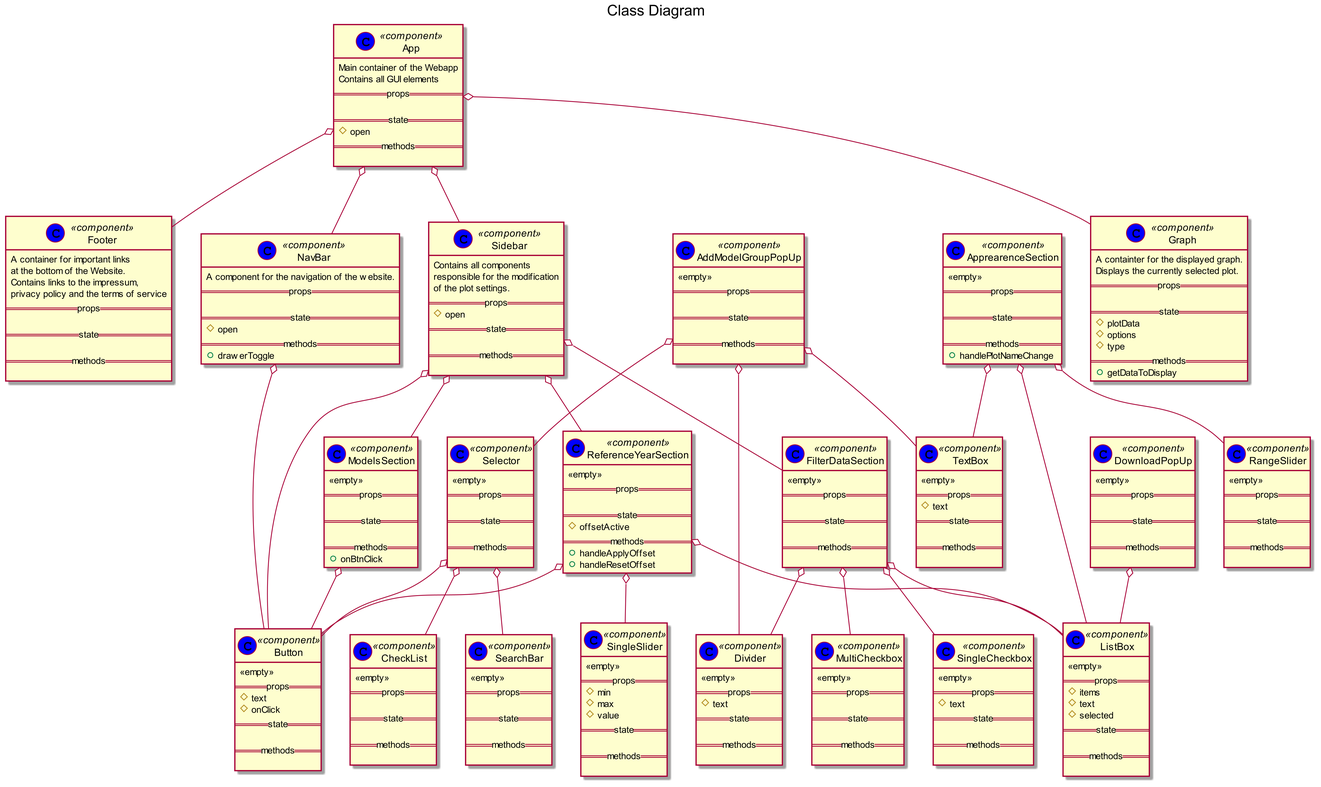
Earlier version of the PlantUML export DesignPhase/example-code/generated-uml/generated.png (EOSC-synergy/o3webapp).
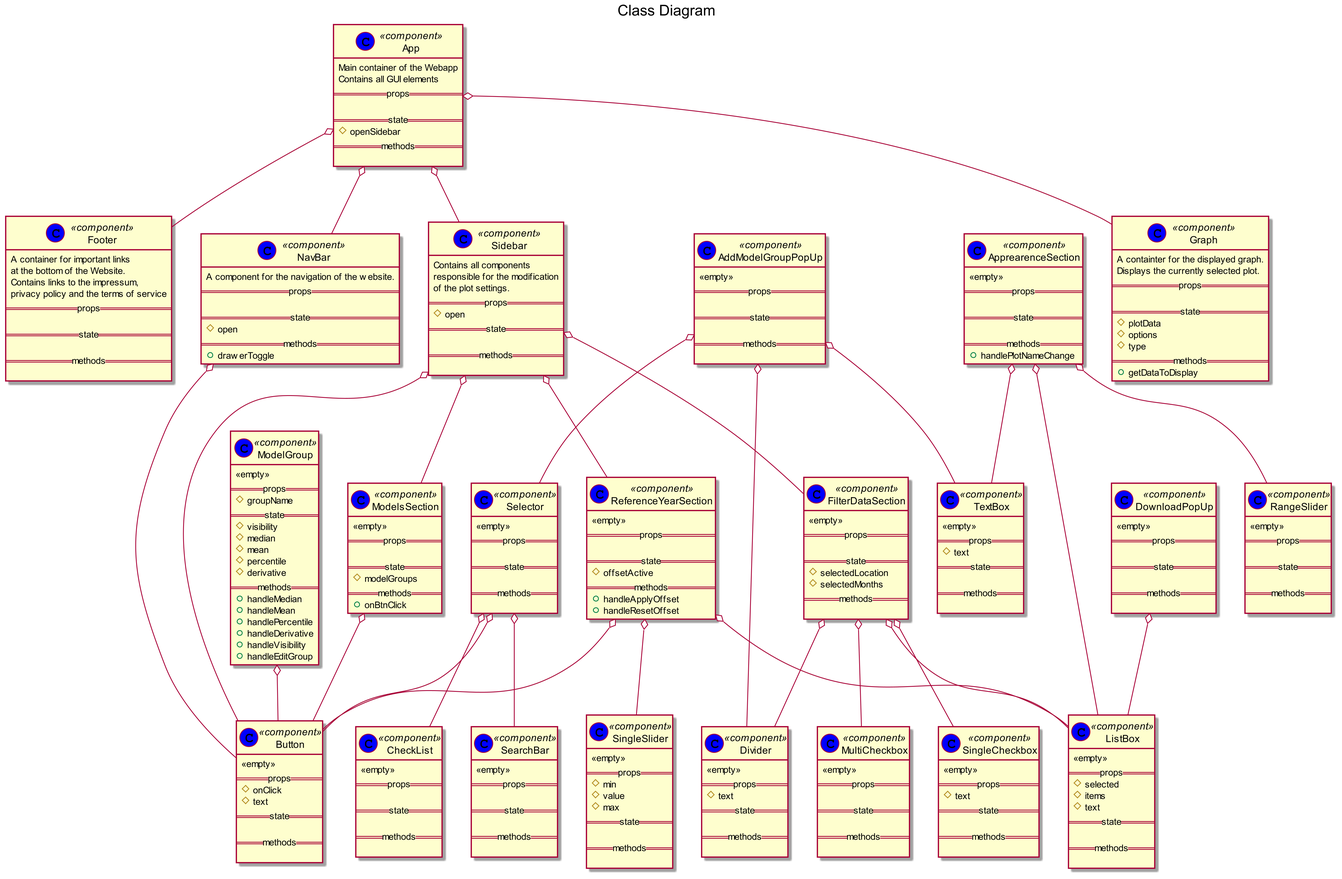
Later version of the same file.

Commit message:
Added state to the FilterDataSection

Change to the diagram source:
```diff
@@ -7,7 +7,7 @@
     ==props==
 
     ==state==
-    #open
+    #openSidebar
     ==methods==
 
 }
@@ -75,7 +75,8 @@
     ==props==
 
     ==state==
-
+    #selectedLocation
+    #selectedMonths
     ==methods==
 
 }
@@ -83,8 +84,8 @@
 class "Button" << (C,blue) component >> {
     <<empty>>
     ==props==
+    #onClick
     #text
-    #onClick
     ==state==
 
     ==methods==
@@ -114,9 +115,9 @@
 class "ListBox" << (C,blue) component >> {
     <<empty>>
     ==props==
+    #selected
     #items
     #text
-    #selected
     ==state==
 
     ==methods==
@@ -187,12 +188,31 @@
     <<empty>>
     ==props==
     #min
+    #value
     #max
-    #value
     ==state==
 
     ==methods==
 
+}
+
+class "ModelGroup" << (C,blue) component >> {
+    <<empty>>
+    ==props==
+    #groupName
+    ==state==
+    #visibility
+    #median
+    #mean
+    #percentile
+    #derivative
+    ==methods==
+    +handleMedian
+    +handleMean
+    +handlePercentile
+    +handleDerivative
+    +handleVisibility
+    +handleEditGroup
 }
 
 class "ModelsSection" << (C,blue) component >> {
@@ -200,7 +220,7 @@
     ==props==
 
     ==state==
-
+    #modelGroups
     ==methods==
     +onBtnClick
 }
@@ -254,6 +274,7 @@
 Selector o-- Button
 Selector o-- CheckList
 Selector o-- SearchBar
+ModelGroup o-- Button
 ModelsSection o-- Button
 AddModelGroupPopUp o-- Divider
 AddModelGroupPopUp o-- Selector
```
